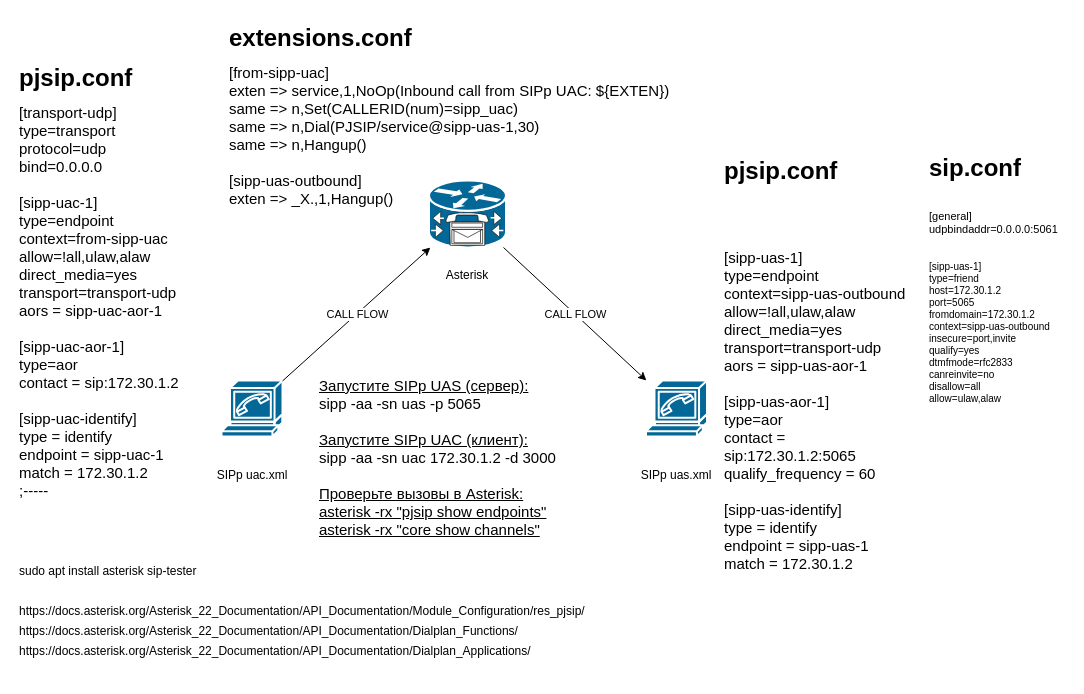
Above: LAB1-2xSIPp-1xAsterisk.drawio in sysadminlab/voip (draw.io), before the change. Source tidied: cells renumbered, new cells numbered last; positions are measured from the earlier drawing's top-left corner, leaving out a move shared by most shapes. Both pictures are drawn from the tidied source at 100%, with x=0, y=0 at pixel (17, 17).
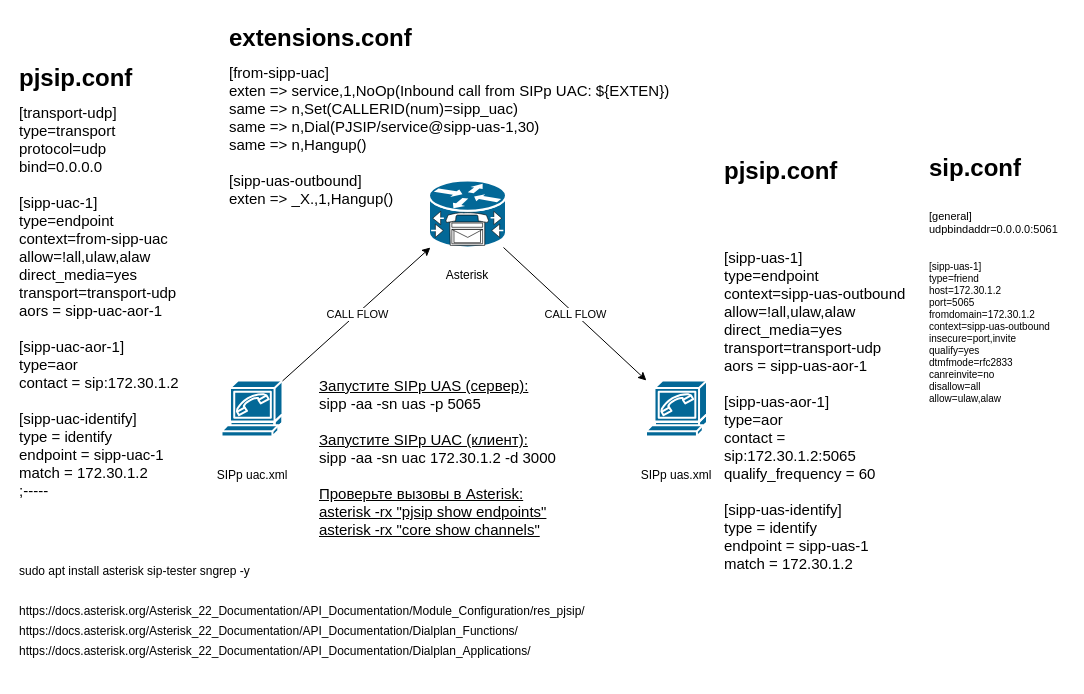
After the change.

What changed in the source:
```diff
@@
-    <mxCell id="22" value="sudo apt install asterisk sip-tester" style="text;whiteSpace=wrap;" parent="1" vertex="1">
-      <mxGeometry y="540" width="230" height="40" as="geometry" />
+    <mxCell id="22" value="sudo apt install asterisk sip-tester sngrep -y" style="text;whiteSpace=wrap;" parent="1" vertex="1">
+      <mxGeometry y="540" width="240" height="40" as="geometry" />
     </mxCell>
```
